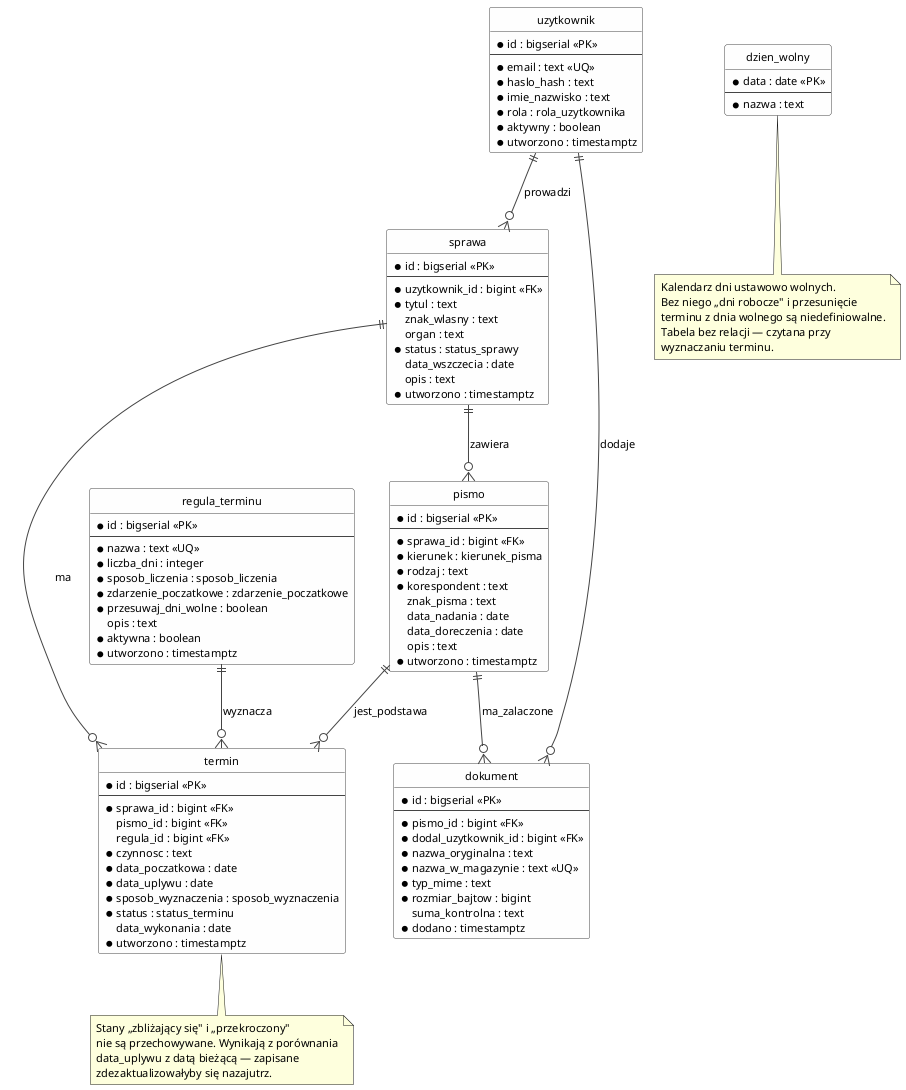
Above: docs/diagramy/model-danych.png in adminroan24/sprawnik (PlantUML), before the change. Source of this version:
```plantuml
@startuml model-danych
hide circle
skinparam backgroundColor white
skinparam shadowing false
skinparam defaultFontName Sans
skinparam defaultFontSize 11
skinparam class {
  BackgroundColor #FEFEFE
  BorderColor #444444
  ArrowColor #444444
}

entity "uzytkownik" as uzytkownik {
  * id : bigserial <<PK>>
  --
  * email : text <<UQ>>
  * haslo_hash : text
  * imie_nazwisko : text
  * rola : rola_uzytkownika
  * aktywny : boolean
  * utworzono : timestamptz
}

entity "sprawa" as sprawa {
  * id : bigserial <<PK>>
  --
  * uzytkownik_id : bigint <<FK>>
  * tytul : text
  znak_wlasny : text
  organ : text
  * status : status_sprawy
  data_wszczecia : date
  opis : text
  * utworzono : timestamptz
}

entity "pismo" as pismo {
  * id : bigserial <<PK>>
  --
  * sprawa_id : bigint <<FK>>
  * kierunek : kierunek_pisma
  * rodzaj : text
  * korespondent : text
  znak_pisma : text
  data_nadania : date
  data_doreczenia : date
  opis : text
  * utworzono : timestamptz
}

entity "dokument" as dokument {
  * id : bigserial <<PK>>
  --
  * pismo_id : bigint <<FK>>
  * dodal_uzytkownik_id : bigint <<FK>>
  * nazwa_oryginalna : text
  * nazwa_w_magazynie : text <<UQ>>
  * typ_mime : text
  * rozmiar_bajtow : bigint
  suma_kontrolna : text
  * dodano : timestamptz
}

entity "regula_terminu" as regula {
  * id : bigserial <<PK>>
  --
  * nazwa : text <<UQ>>
  * liczba_dni : integer
  * sposob_liczenia : sposob_liczenia
  * zdarzenie_poczatkowe : zdarzenie_poczatkowe
  * przesuwaj_dni_wolne : boolean
  opis : text
  * aktywna : boolean
  * utworzono : timestamptz
}

entity "termin" as termin {
  * id : bigserial <<PK>>
  --
  * sprawa_id : bigint <<FK>>
  pismo_id : bigint <<FK>>
  regula_id : bigint <<FK>>
  * czynnosc : text
  * data_poczatkowa : date
  * data_uplywu : date
  * sposob_wyznaczenia : sposob_wyznaczenia
  * status : status_terminu
  data_wykonania : date
  * utworzono : timestamptz
}

entity "dzien_wolny" as dzien {
  * data : date <<PK>>
  --
  * nazwa : text
}

uzytkownik ||--o{ sprawa      : prowadzi
uzytkownik ||--o{ dokument    : dodaje
sprawa     ||--o{ pismo       : zawiera
sprawa     ||--o{ termin      : ma
pismo      ||--o{ dokument    : ma_zalaczone
pismo      ||--o{ termin      : jest_podstawa
regula     ||--o{ termin      : wyznacza

note bottom of dzien
  Kalendarz dni ustawowo wolnych.
  Bez niego „dni robocze" i przesunięcie
  terminu z dnia wolnego są niedefiniowalne.
  Tabela bez relacji — czytana przy
  wyznaczaniu terminu.
end note

note bottom of termin
  Stany „zbliżający się" i „przekroczony"
  nie są przechowywane. Wynikają z porównania
  data_uplywu z datą bieżącą — zapisane
  zdezaktualizowałyby się nazajutrz.
end note

@enduml
```
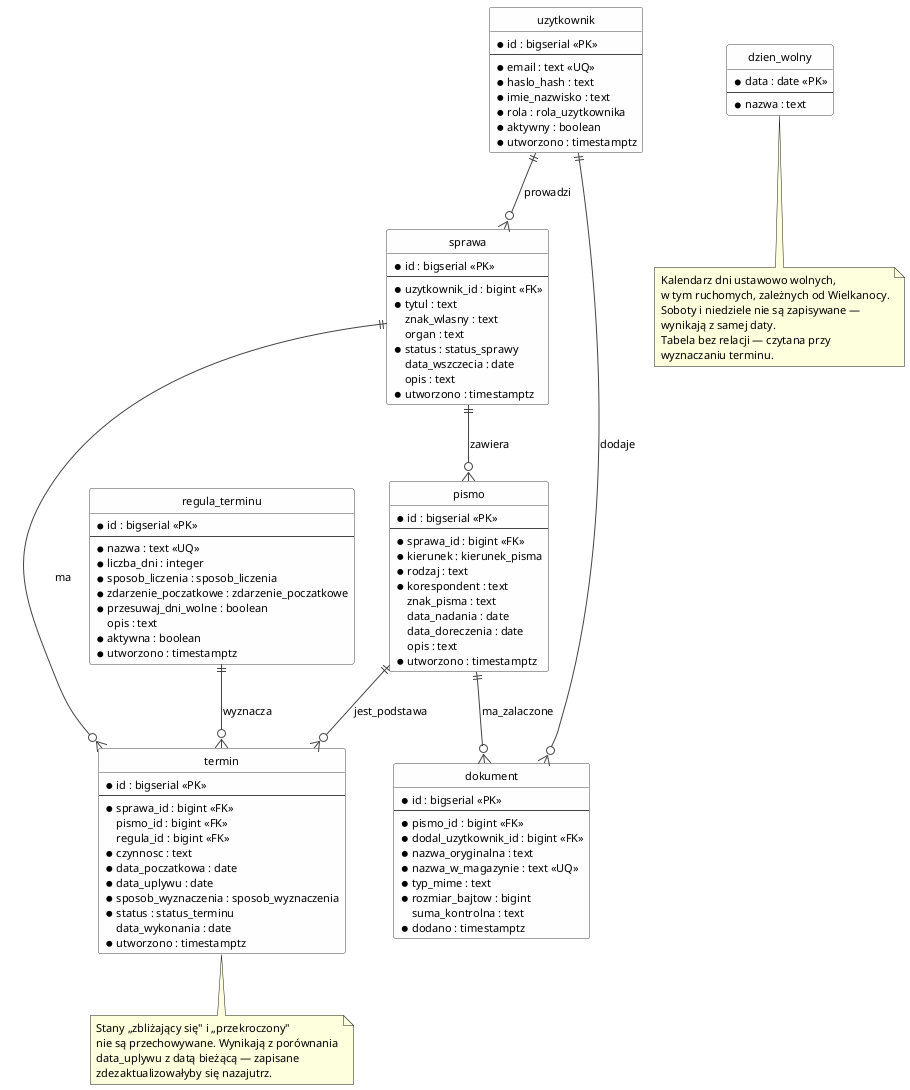
Later version of the same file.

Commit message:
Termin przypadający na dzień wolny: przesunięcie na dzień roboczy

Termin wyznaczony na sobotę, niedzielę lub dzień ustawowo wolny przesuwa się
na najbliższy następny dzień roboczy. Przesunięcie wykonywane jest powtarzalnie,
ponieważ dni wolne potrafią następować po sobie — po Wielkim Piątku przypadają
sobota, niedziela i Poniedziałek Wielkanocny.

Rozróżniono źródła dni wolnych: soboty i niedziele wynikają z daty, natomiast
dni ustawowo wolne, w tym ruchome, wymagają zapisania jako dane.

Claude-Session: https://claude.ai/code/session_01XKvsaivcPTDC5rapQFeZo8

Diff of the diagram source:
```diff
@@ -104,9 +104,10 @@
 regula     ||--o{ termin      : wyznacza
 
 note bottom of dzien
-  Kalendarz dni ustawowo wolnych.
-  Bez niego „dni robocze" i przesunięcie
-  terminu z dnia wolnego są niedefiniowalne.
+  Kalendarz dni ustawowo wolnych,
+  w tym ruchomych, zależnych od Wielkanocy.
+  Soboty i niedziele nie są zapisywane —
+  wynikają z samej daty.
   Tabela bez relacji — czytana przy
   wyznaczaniu terminu.
 end note
```
